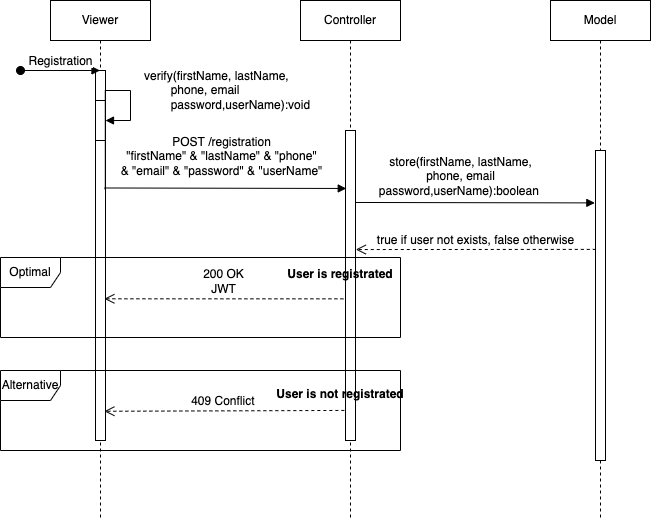
Above: Design/Sprint 3/Sequence diagram - Registration.png in cis350/project-uniteandconquer (draw.io), before the change. Source tidied: cells renumbered, new cells last; positions are measured from the earlier drawing's top-left corner, leaving out a move shared by most shapes.
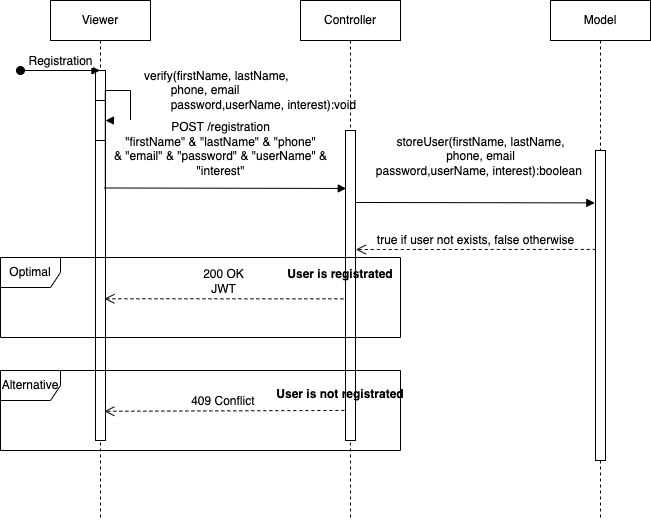
After the commit.

Diff of the diagram source:
```diff
@@ -11,17 +11,17 @@
     <mxCell id="4" style="html=1;perimeter=orthogonalPerimeter;" parent="2" vertex="1">
       <mxGeometry x="45" y="100" width="10" height="40" as="geometry" />
     </mxCell>
-    <mxCell id="5" value="verify(firstName, lastName,&lt;br&gt;&lt;span style=&quot;white-space: pre&quot;&gt;&#9;&lt;/span&gt;phone, email&lt;br&gt;&lt;span style=&quot;white-space: pre&quot;&gt;&#9;&lt;/span&gt;password,userName):void&amp;nbsp;" style="edgeStyle=orthogonalEdgeStyle;html=1;align=left;spacingLeft=2;endArrow=block;rounded=0;exitX=0.981;exitY=0.322;exitDx=0;exitDy=0;exitPerimeter=0;" parent="2" edge="1" source="3">
-      <mxGeometry x="0.39" y="10" relative="1" as="geometry">
-        <mxPoint x="55" y="120" as="targetPoint" />
-        <Array as="points">
-          <mxPoint x="55" y="90" />
-          <mxPoint x="80" y="90" />
-          <mxPoint x="80" y="120" />
-          <mxPoint x="55" y="120" />
-        </Array>
-      </mxGeometry>
-    </mxCell>
+    <mxCell id="20" value="verify(firstName, lastName,&lt;br&gt;&lt;span style=&quot;white-space: pre&quot;&gt;&#9;&lt;/span&gt;phone, email&lt;br&gt;&lt;span style=&quot;white-space: pre&quot;&gt;&#9;&lt;/span&gt;password,userName, interest):void&amp;nbsp;" style="edgeStyle=orthogonalEdgeStyle;html=1;align=left;spacingLeft=2;endArrow=block;rounded=0;exitX=0.981;exitY=0.322;exitDx=0;exitDy=0;exitPerimeter=0;" parent="2" edge="1" source="3">
+      <mxGeometry x="0.39" y="10" relative="1" as="geometry">
+        <mxPoint x="55" y="120" as="targetPoint" />
+        <Array as="points">
+          <mxPoint x="55" y="90" />
+          <mxPoint x="80" y="90" />
+          <mxPoint x="80" y="120" />
+          <mxPoint x="55" y="120" />
+        </Array>
+      </mxGeometry>
+    </mxCell>
     <mxCell id="6" value="Controller" style="shape=umlLifeline;perimeter=lifelinePerimeter;whiteSpace=wrap;html=1;" parent="1" vertex="1">
       <mxGeometry x="300" width="100" height="520" as="geometry" />
     </mxCell>
@@ -39,16 +39,16 @@
         <mxPoint x="20" y="70" as="sourcePoint" />
       </mxGeometry>
     </mxCell>
-    <mxCell id="11" value="POST /registration&lt;br&gt;&quot;firstName&quot; &amp;amp; &quot;lastName&quot; &amp;amp; &quot;phone&quot;&lt;br&gt;&amp;amp; &quot;email&quot; &amp;amp; &quot;password&quot; &amp;amp; &quot;userName&quot;" style="html=1;verticalAlign=bottom;endArrow=block;rounded=0;exitX=0.886;exitY=0.608;exitDx=0;exitDy=0;exitPerimeter=0;entryX=0.076;entryY=0.187;entryDx=0;entryDy=0;entryPerimeter=0;" parent="1" edge="1" target="7">
-      <mxGeometry x="-0.04" y="8" relative="1" as="geometry">
-        <mxPoint x="103.9" y="187.5" as="sourcePoint" />
-      </mxGeometry>
-    </mxCell>
-    <mxCell id="12" value="&lt;span style=&quot;text-align: left&quot;&gt;store(firstName, lastName,&lt;/span&gt;&lt;br style=&quot;text-align: left&quot;&gt;&lt;span style=&quot;text-align: left&quot;&gt;&#9;&lt;/span&gt;&lt;span style=&quot;text-align: left&quot;&gt;phone, email&lt;/span&gt;&lt;br style=&quot;text-align: left&quot;&gt;&lt;span style=&quot;text-align: left&quot;&gt;&#9;&lt;/span&gt;&lt;span style=&quot;text-align: left&quot;&gt;password,userName):boolean&amp;nbsp;&lt;/span&gt;" style="html=1;verticalAlign=bottom;endArrow=block;rounded=0;exitX=1.029;exitY=0.187;exitDx=0;exitDy=0;exitPerimeter=0;entryX=-0.067;entryY=0.169;entryDx=0;entryDy=0;entryPerimeter=0;" parent="1" edge="1" target="9">
-      <mxGeometry x="-0.12" y="2" relative="1" as="geometry">
-        <mxPoint x="355.3" y="202" as="sourcePoint" />
-      </mxGeometry>
-    </mxCell>
+    <mxCell id="21" value="POST /registration&lt;br&gt;&quot;firstName&quot; &amp;amp; &quot;lastName&quot; &amp;amp; &quot;phone&quot;&lt;br&gt;&amp;amp; &quot;email&quot; &amp;amp; &quot;password&quot; &amp;amp; &quot;userName&quot; &amp;amp;&lt;br&gt;&quot;&lt;span style=&quot;text-align: left&quot;&gt;interest&quot;&lt;/span&gt;" style="html=1;verticalAlign=bottom;endArrow=block;rounded=0;exitX=0.886;exitY=0.608;exitDx=0;exitDy=0;exitPerimeter=0;entryX=0.076;entryY=0.187;entryDx=0;entryDy=0;entryPerimeter=0;" parent="1" edge="1" target="7">
+      <mxGeometry x="-0.04" y="8" relative="1" as="geometry">
+        <mxPoint x="103.9" y="187.5" as="sourcePoint" />
+      </mxGeometry>
+    </mxCell>
+    <mxCell id="22" value="&lt;span style=&quot;text-align: left&quot;&gt;storeUser(firstName, lastName,&lt;/span&gt;&lt;br style=&quot;text-align: left&quot;&gt;&lt;span style=&quot;text-align: left&quot;&gt;&#9;&lt;/span&gt;&lt;span style=&quot;text-align: left&quot;&gt;phone, email&lt;/span&gt;&lt;br style=&quot;text-align: left&quot;&gt;&lt;span style=&quot;text-align: left&quot;&gt;&#9;&lt;/span&gt;&lt;span style=&quot;text-align: left&quot;&gt;password,userName, interest):boolean&amp;nbsp;&lt;/span&gt;" style="html=1;verticalAlign=bottom;endArrow=block;rounded=0;exitX=1.029;exitY=0.187;exitDx=0;exitDy=0;exitPerimeter=0;entryX=-0.067;entryY=0.169;entryDx=0;entryDy=0;entryPerimeter=0;" parent="1" edge="1" target="9">
+      <mxGeometry x="0.04" y="22" relative="1" as="geometry">
+        <mxPoint x="355.3" y="202" as="sourcePoint" />
+      </mxGeometry>
+    </mxCell>
     <mxCell id="13" value="true if user not exists, false otherwise" style="html=1;verticalAlign=bottom;endArrow=open;dashed=1;endSize=8;rounded=0;exitX=0.029;exitY=0.319;exitDx=0;exitDy=0;exitPerimeter=0;entryX=1.029;entryY=0.384;entryDx=0;entryDy=0;entryPerimeter=0;" parent="1" edge="1" source="9" target="7">
       <mxGeometry relative="1" as="geometry" />
     </mxCell>
```
